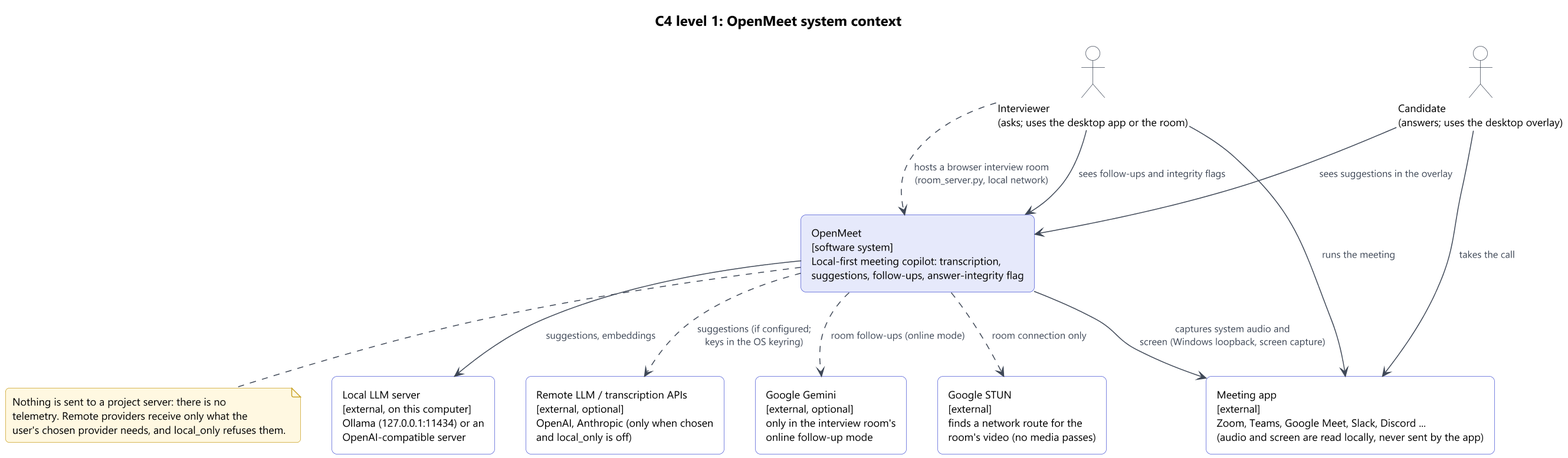
Earlier version of the PlantUML export diagrams/c4/c4-01-context.png (AekamSidhu/Major-Project). The source it was exported from:
```plantuml
@startuml
!include ../_style.iuml
title C4 level 1: OpenMeet system context

skinparam rectangle {
  BackgroundColor #F6F7FD
  BorderColor #4F5BD5
  RoundCorner 12
}

actor "Candidate\n(answers; uses the desktop overlay)" as Cand
actor "Interviewer\n(asks; uses the desktop app or the room)" as Iv

rectangle "OpenMeet\n[software system]\nLocal-first meeting copilot: transcription,\nsuggestions, follow-ups, answer-integrity flag" as OM #E6E9FB

rectangle "Meeting app\n[external]\nZoom, Teams, Google Meet, Slack, Discord ...\n(audio and screen are read locally, never sent by the app)" as Meet #FFFFFF
rectangle "Local LLM server\n[external, on this computer]\nOllama (127.0.0.1:11434) or an\nOpenAI-compatible server" as OLLAMA #FFFFFF
rectangle "Remote LLM / transcription APIs\n[external, optional]\nOpenAI, Anthropic (only when chosen\nand local_only is off)" as Remote #FFFFFF
rectangle "Google Gemini\n[external, optional]\nonly in the interview room's\nonline follow-up mode" as Gemini #FFFFFF
rectangle "Google STUN\n[external]\nfinds a network route for the\nroom's video (no media passes)" as Stun #FFFFFF

Cand --> Meet : takes the call
Iv --> Meet : runs the meeting
Cand --> OM : sees suggestions in the overlay
Iv --> OM : sees follow-ups and integrity flags
Iv ..> OM : hosts a browser interview room\n(room_server.py, local network)
OM --> Meet : captures system audio and\nscreen (Windows loopback, screen capture)
OM --> OLLAMA : suggestions, embeddings
OM ..> Remote : suggestions (if configured;\nkeys in the OS keyring)
OM ..> Gemini : room follow-ups (online mode)
OM ..> Stun : room connection only

note bottom of OM
  Nothing is sent to a project server: there is no
  telemetry. Remote providers receive only what the
  user's chosen provider needs, and local_only refuses them.
end note
@enduml
```
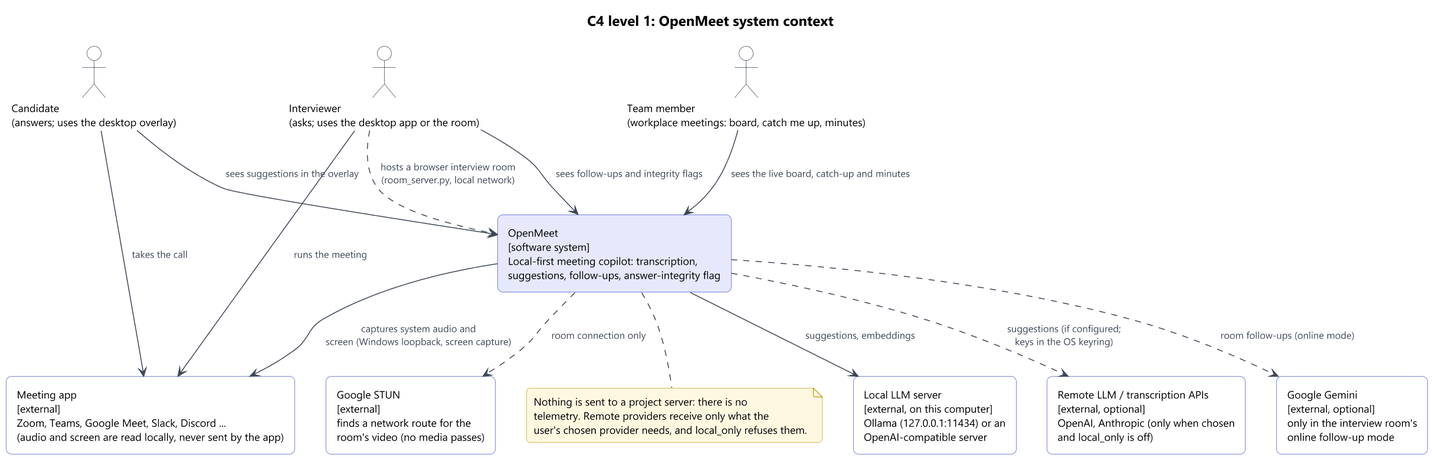
The same diagram one commit later.

Commit message:
Add workplace mode to the C4 views (actor, modules, schema v3)

The edit, as a diff of the source:
```diff
@@ -10,6 +10,7 @@
 
 actor "Candidate\n(answers; uses the desktop overlay)" as Cand
 actor "Interviewer\n(asks; uses the desktop app or the room)" as Iv
+actor "Team member\n(workplace meetings: board, catch me up, minutes)" as Wp
 
 rectangle "OpenMeet\n[software system]\nLocal-first meeting copilot: transcription,\nsuggestions, follow-ups, answer-integrity flag" as OM #E6E9FB
 
@@ -23,6 +24,7 @@
 Iv --> Meet : runs the meeting
 Cand --> OM : sees suggestions in the overlay
 Iv --> OM : sees follow-ups and integrity flags
+Wp --> OM : sees the live board, catch-up and minutes
 Iv ..> OM : hosts a browser interview room\n(room_server.py, local network)
 OM --> Meet : captures system audio and\nscreen (Windows loopback, screen capture)
 OM --> OLLAMA : suggestions, embeddings
```
